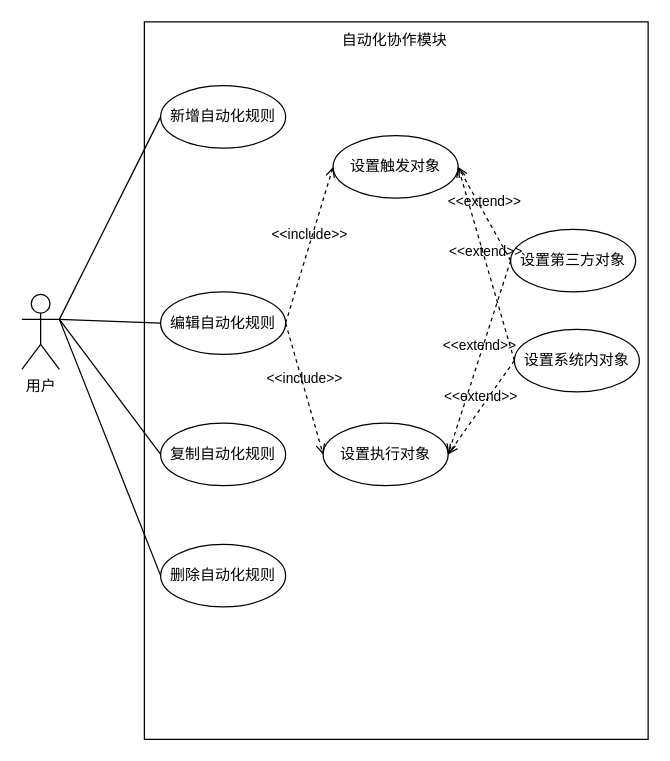
This is 自动化协作模块用例图.drawio from qf2020/drawio, a draw.io file, before an edit. Source tidied: cells renumbered, new cells numbered last; positions are measured from the earlier drawing's top-left corner, leaving out a move shared by most shapes. Both pictures are drawn from the tidied source at 125%, with x=0, y=0 at pixel (21, 21).
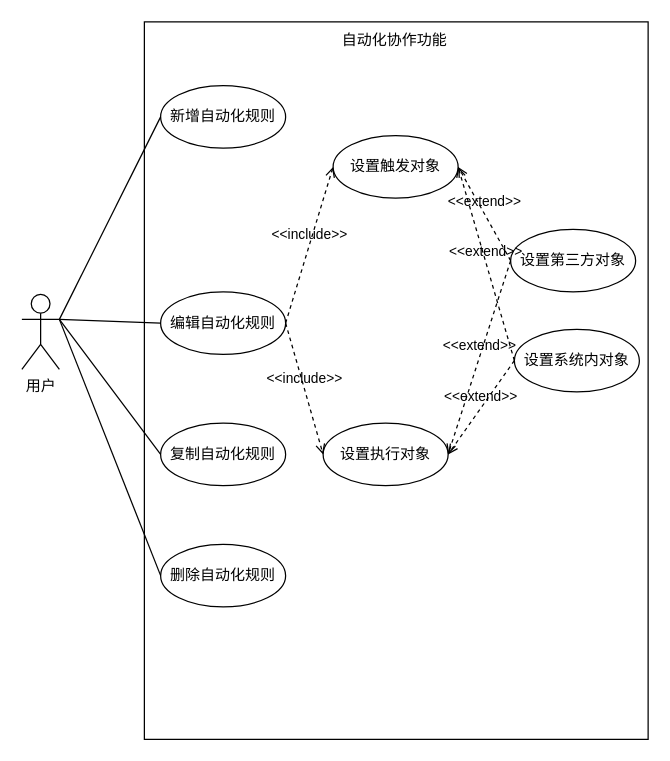
The same page after the edit.

Commit message:
更新自动化协作模块用例图.drawio

Diff of the diagram source:
```diff
@@
-    <mxCell id="4" value="自动化协作模块" style="text;html=1;align=center;verticalAlign=middle;whiteSpace=wrap;rounded=0;" parent="1" vertex="1">
+    <mxCell id="4" value="自动化协作功能" style="text;html=1;align=center;verticalAlign=middle;whiteSpace=wrap;rounded=0;" parent="1" vertex="1">
       <mxGeometry x="249" width="99" height="30" as="geometry" />
     </mxCell>
```
